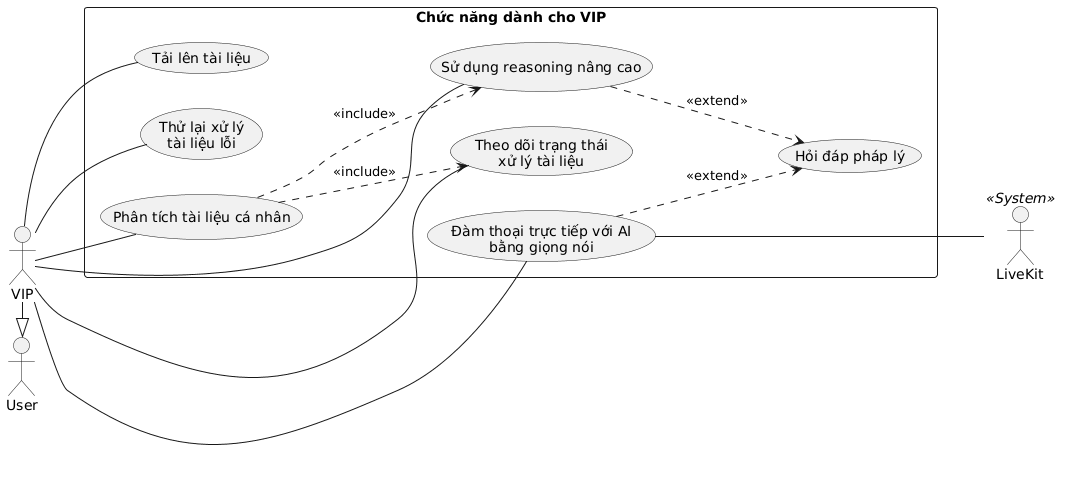
Before: temp/01-UseCase/UML-UseCase-VIP.png, a diagram exported from PlantUML (20206205Tech/docs-uml).
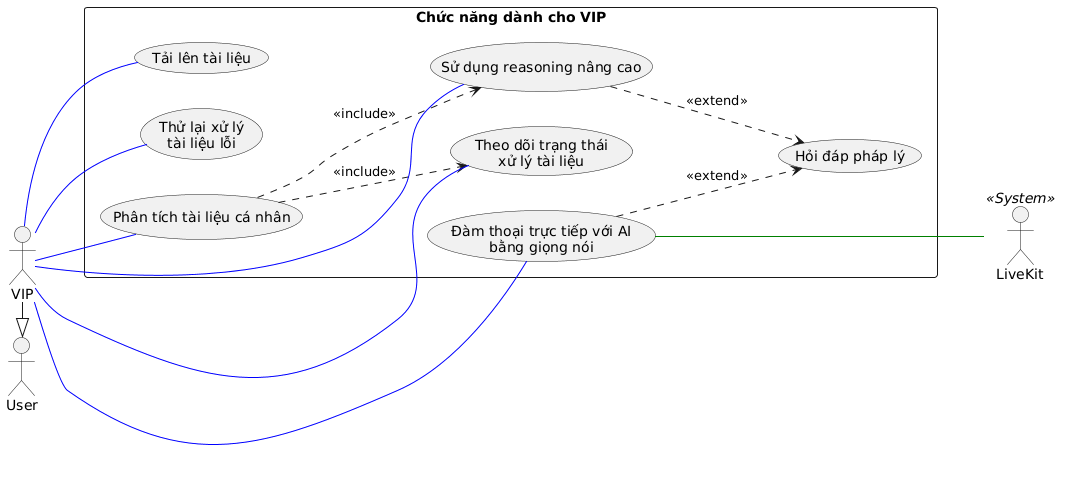
The same file after the commit.

What changed in the source:
```diff
@@ -24,12 +24,12 @@
   UC_AnalyzeDocument ..> UC_DocumentStatus : <<include>>
 }
 
-VIP -- UC_AdvancedReasoning
-VIP -- UC_VoiceChat
-VIP -- UC_UploadDocument
-VIP -- UC_DocumentStatus
-VIP -- UC_RetryDocument
-VIP -- UC_AnalyzeDocument
+VIP -- UC_AdvancedReasoning #blue
+VIP -- UC_VoiceChat #blue
+VIP -- UC_UploadDocument #blue
+VIP -- UC_DocumentStatus #blue
+VIP -- UC_RetryDocument #blue
+VIP -- UC_AnalyzeDocument #blue
 
-UC_VoiceChat --- LiveKit
+UC_VoiceChat --- LiveKit #green
 @enduml
```
